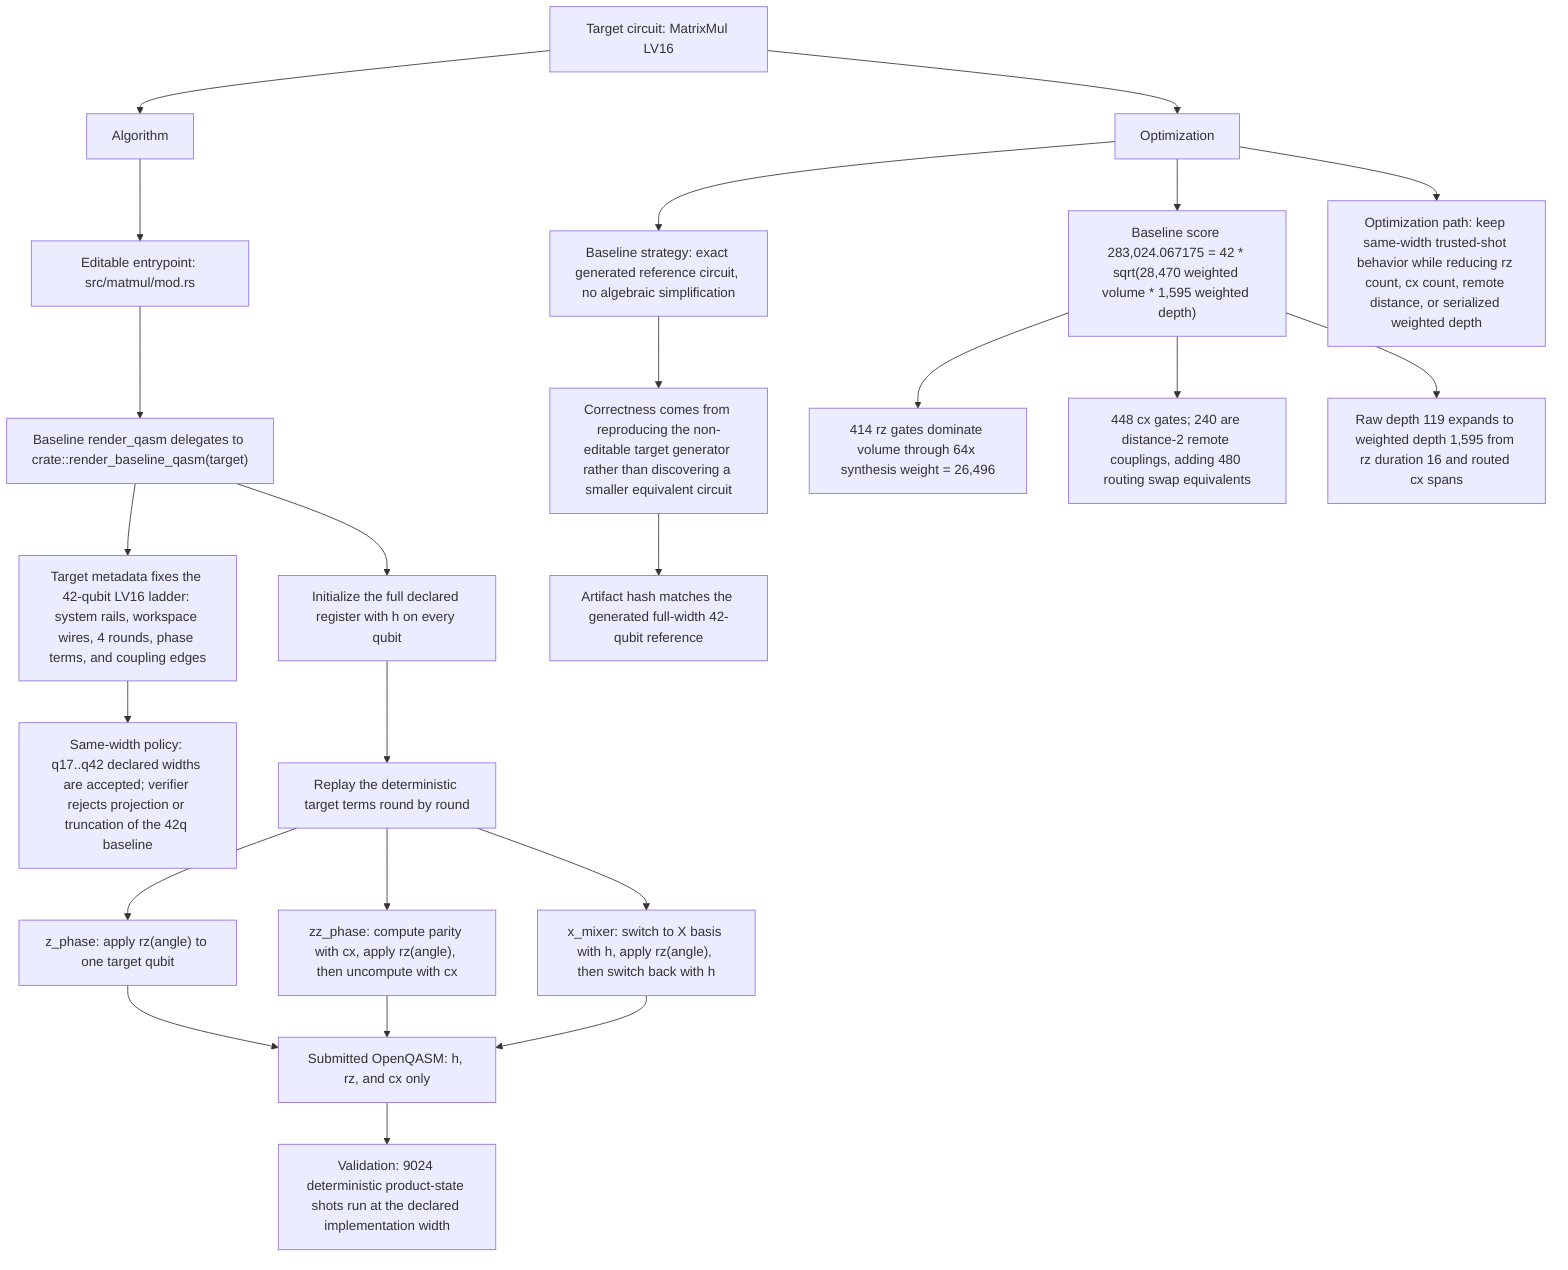
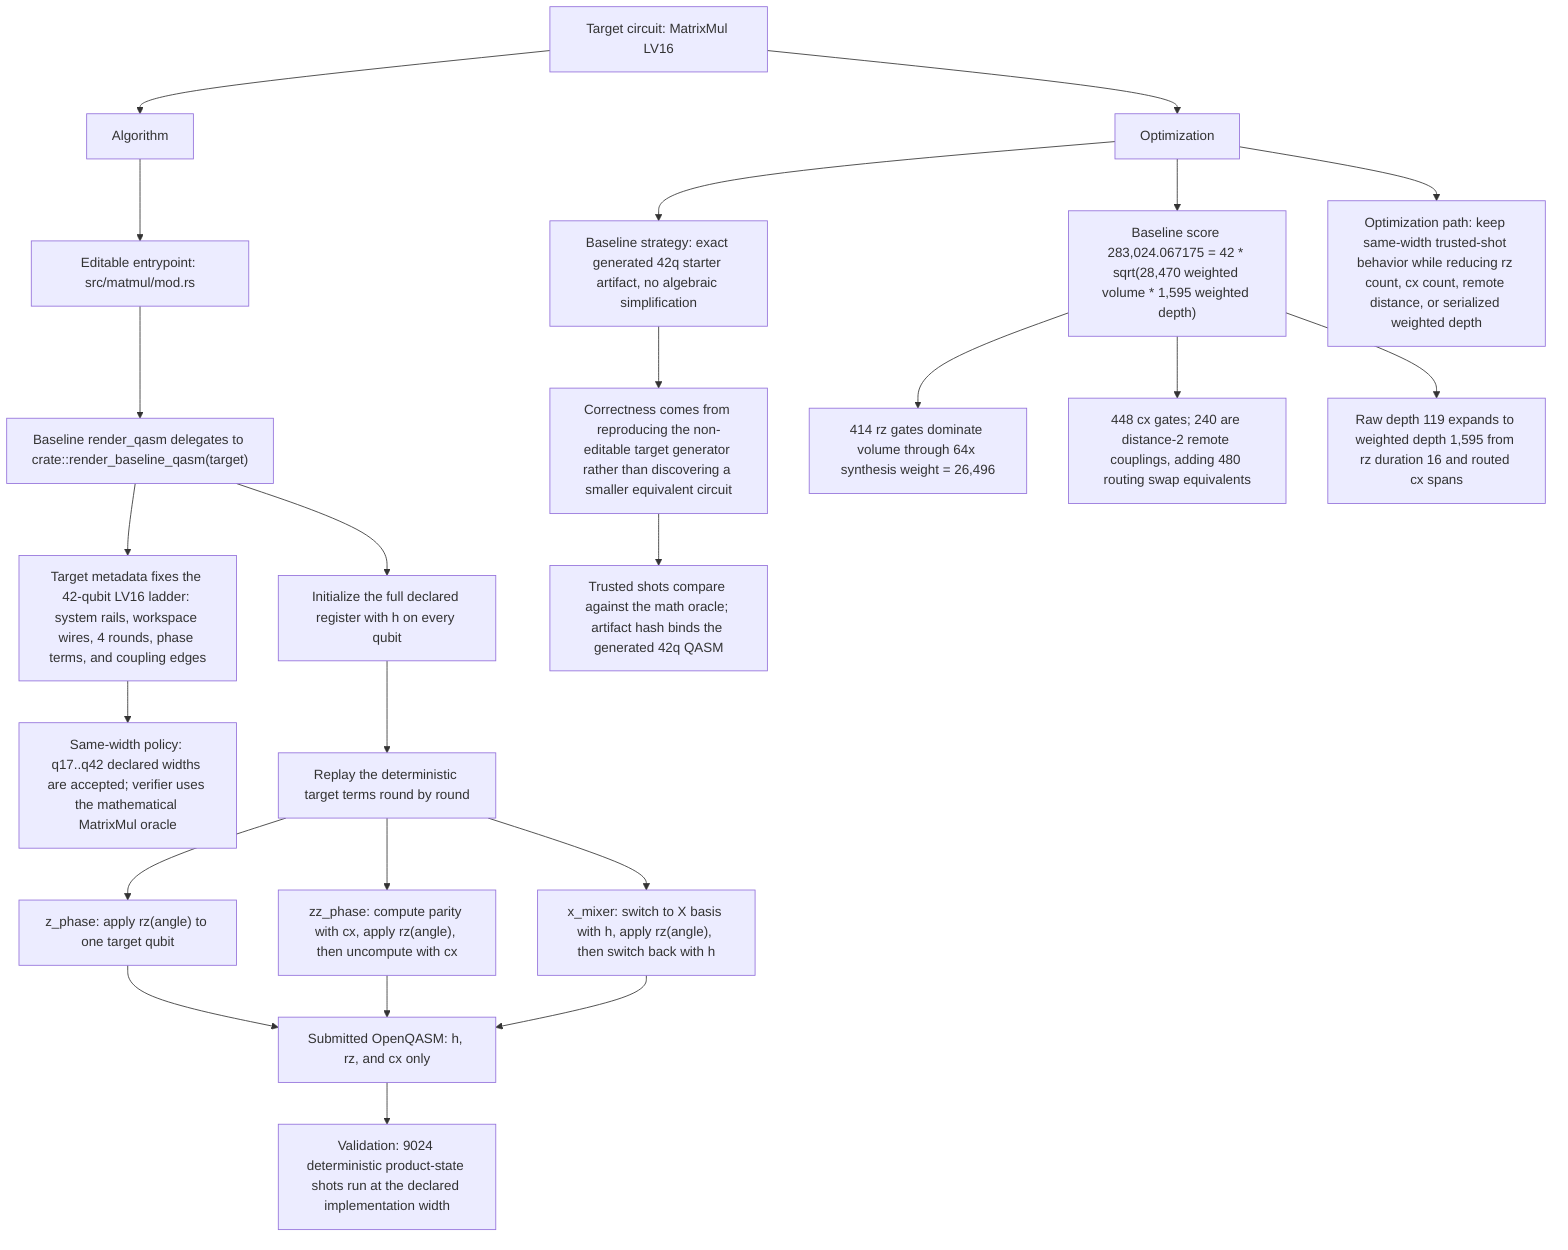
flowchart TD
  target["Target circuit: MatrixMul LV16"]
  algorithm["Algorithm"]
  optimization["Optimization"]

  target --> algorithm
  target --> optimization

  algorithm --> Editable["Editable entrypoint: src/matmul/mod.rs"]
  Editable --> Delegate["Baseline render_qasm delegates to crate::render_baseline_qasm(target)"]
  Delegate --> Metadata["Target metadata fixes the 42-qubit LV16 ladder: system rails, workspace wires, 4 rounds, phase terms, and coupling edges"]
-   Metadata --> Policy["Same-width policy: q17..q42 declared widths are accepted; verifier rejects projection or truncation of the 42q baseline"]
+   Metadata --> Policy["Same-width policy: q17..q42 declared widths are accepted; verifier uses the mathematical MatrixMul oracle"]
  Delegate --> Prep["Initialize the full declared register with h on every qubit"]
  Prep --> Rounds["Replay the deterministic target terms round by round"]
  Rounds --> ZPhase["z_phase: apply rz(angle) to one target qubit"]
  Rounds --> ZZPhase["zz_phase: compute parity with cx, apply rz(angle), then uncompute with cx"]
  Rounds --> XMixer["x_mixer: switch to X basis with h, apply rz(angle), then switch back with h"]
  ZPhase --> QASM["Submitted OpenQASM: h, rz, and cx only"]
  ZZPhase --> QASM
  XMixer --> QASM
  QASM --> Validation["Validation: 9024 deterministic product-state shots run at the declared implementation width"]

-   optimization --> Baseline["Baseline strategy: exact generated reference circuit, no algebraic simplification"]
+   optimization --> Baseline["Baseline strategy: exact generated 42q starter artifact, no algebraic simplification"]
  Baseline --> Correctness["Correctness comes from reproducing the non-editable target generator rather than discovering a smaller equivalent circuit"]
-   Correctness --> Hash["Artifact hash matches the generated full-width 42-qubit reference"]
+   Correctness --> Hash["Trusted shots compare against the math oracle; artifact hash binds the generated 42q QASM"]
  optimization --> Score["Baseline score 283,024.067175 = 42 * sqrt(28,470 weighted volume * 1,595 weighted depth)"]
  Score --> Rotations["414 rz gates dominate volume through 64x synthesis weight = 26,496"]
  Score --> Entangling["448 cx gates; 240 are distance-2 remote couplings, adding 480 routing swap equivalents"]
  Score --> Depth["Raw depth 119 expands to weighted depth 1,595 from rz duration 16 and routed cx spans"]
  optimization --> Opportunity["Optimization path: keep same-width trusted-shot behavior while reducing rz count, cx count, remote distance, or serialized weighted depth"]
